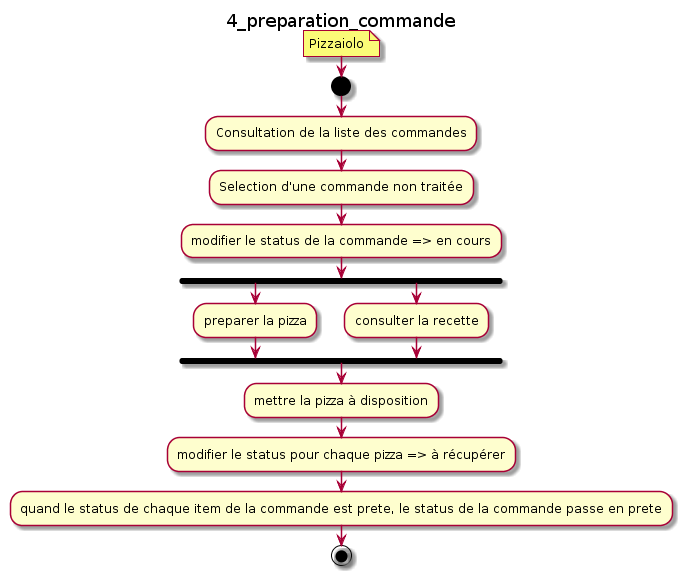
Earlier version of the PlantUML export doc/img/4_preparation_commande.png (Zepmanbc/oc_dapython_pr4).
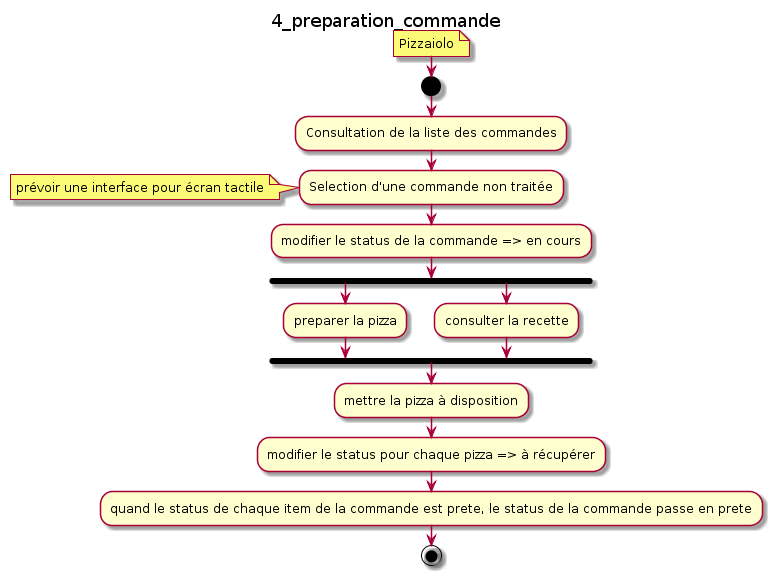
After the change.

Change to the diagram source:
```diff
@@ -6,6 +6,7 @@
 
 :Consultation de la liste des commandes;
 :Selection d'une commande non traitée;
+note: prévoir une interface pour écran tactile
 :modifier le status de la commande => en cours;
 fork
     :preparer la pizza;
```
